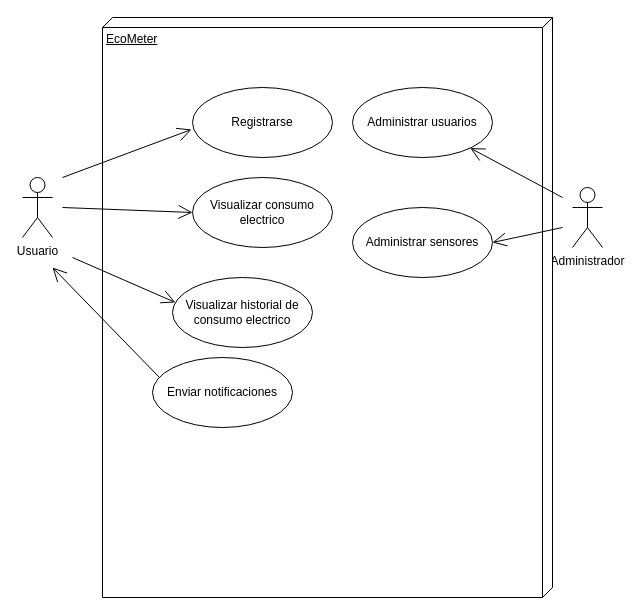
This is page "Página-1" (1 of 2) of Proyecto Final/Primer Avance/Use Case EcoMeter.drawio from ArmandoGomez2001/PWA, a draw.io file, before an edit. Source tidied: cells renumbered, new cells numbered last; positions are measured from the earlier drawing's top-left corner, leaving out a move shared by most shapes. Both pictures are drawn from the tidied source at 100%, with x=0, y=0 at pixel (22, 17).
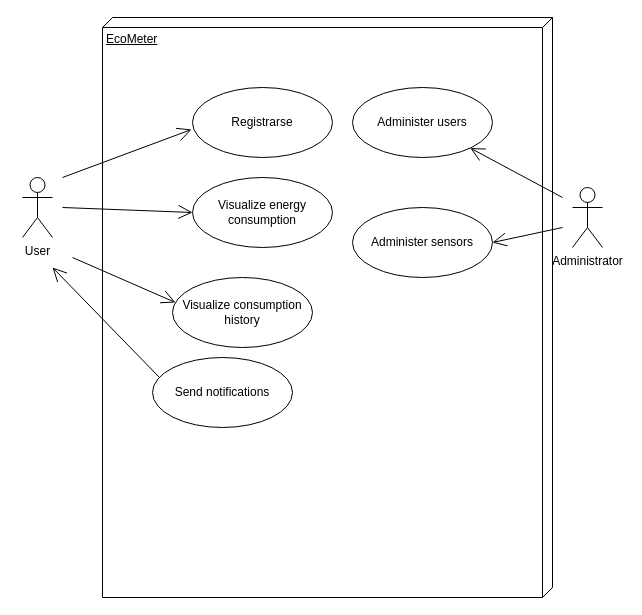
Above is the later version.

Diff of the diagram source:
```diff
@@
-    <mxCell id="2" value="Usuario" style="shape=umlActor;verticalLabelPosition=bottom;verticalAlign=top;html=1;" parent="1" vertex="1">
+    <mxCell id="2" value="User" style="shape=umlActor;verticalLabelPosition=bottom;verticalAlign=top;html=1;" parent="1" vertex="1">
       <mxGeometry y="160" width="30" height="60" as="geometry" />
     </mxCell>
-    <mxCell id="3" value="Administrador" style="shape=umlActor;verticalLabelPosition=bottom;verticalAlign=top;html=1;" parent="1" vertex="1">
+    <mxCell id="3" value="Administrator" style="shape=umlActor;verticalLabelPosition=bottom;verticalAlign=top;html=1;" parent="1" vertex="1">
       <mxGeometry x="550" y="170" width="30" height="60" as="geometry" />
     </mxCell>
@@
-    <mxCell id="6" value="Visualizar consumo electrico" style="ellipse;whiteSpace=wrap;html=1;" parent="1" vertex="1">
+    <mxCell id="6" value="Visualize energy consumption" style="ellipse;whiteSpace=wrap;html=1;" parent="1" vertex="1">
       <mxGeometry x="170" y="160" width="140" height="70" as="geometry" />
     </mxCell>
@@
-    <mxCell id="9" value="Administrar usuarios" style="ellipse;whiteSpace=wrap;html=1;" parent="1" vertex="1">
+    <mxCell id="9" value="Administer users" style="ellipse;whiteSpace=wrap;html=1;" parent="1" vertex="1">
       <mxGeometry x="330" y="70" width="140" height="70" as="geometry" />
     </mxCell>
@@
-    <mxCell id="11" value="Visualizar historial de consumo electrico" style="ellipse;whiteSpace=wrap;html=1;" parent="1" vertex="1">
+    <mxCell id="11" value="Visualize consumption history" style="ellipse;whiteSpace=wrap;html=1;" parent="1" vertex="1">
       <mxGeometry x="150" y="260" width="140" height="70" as="geometry" />
     </mxCell>
@@
-    <mxCell id="13" value="Enviar notificaciones" style="ellipse;whiteSpace=wrap;html=1;" parent="1" vertex="1">
+    <mxCell id="13" value="Send notifications" style="ellipse;whiteSpace=wrap;html=1;" parent="1" vertex="1">
       <mxGeometry x="130" y="340" width="140" height="70" as="geometry" />
     </mxCell>
@@
-    <mxCell id="15" value="Administrar sensores" style="ellipse;whiteSpace=wrap;html=1;" parent="1" vertex="1">
+    <mxCell id="15" value="Administer sensors" style="ellipse;whiteSpace=wrap;html=1;" parent="1" vertex="1">
       <mxGeometry x="330" y="190" width="140" height="70" as="geometry" />
     </mxCell>
```
